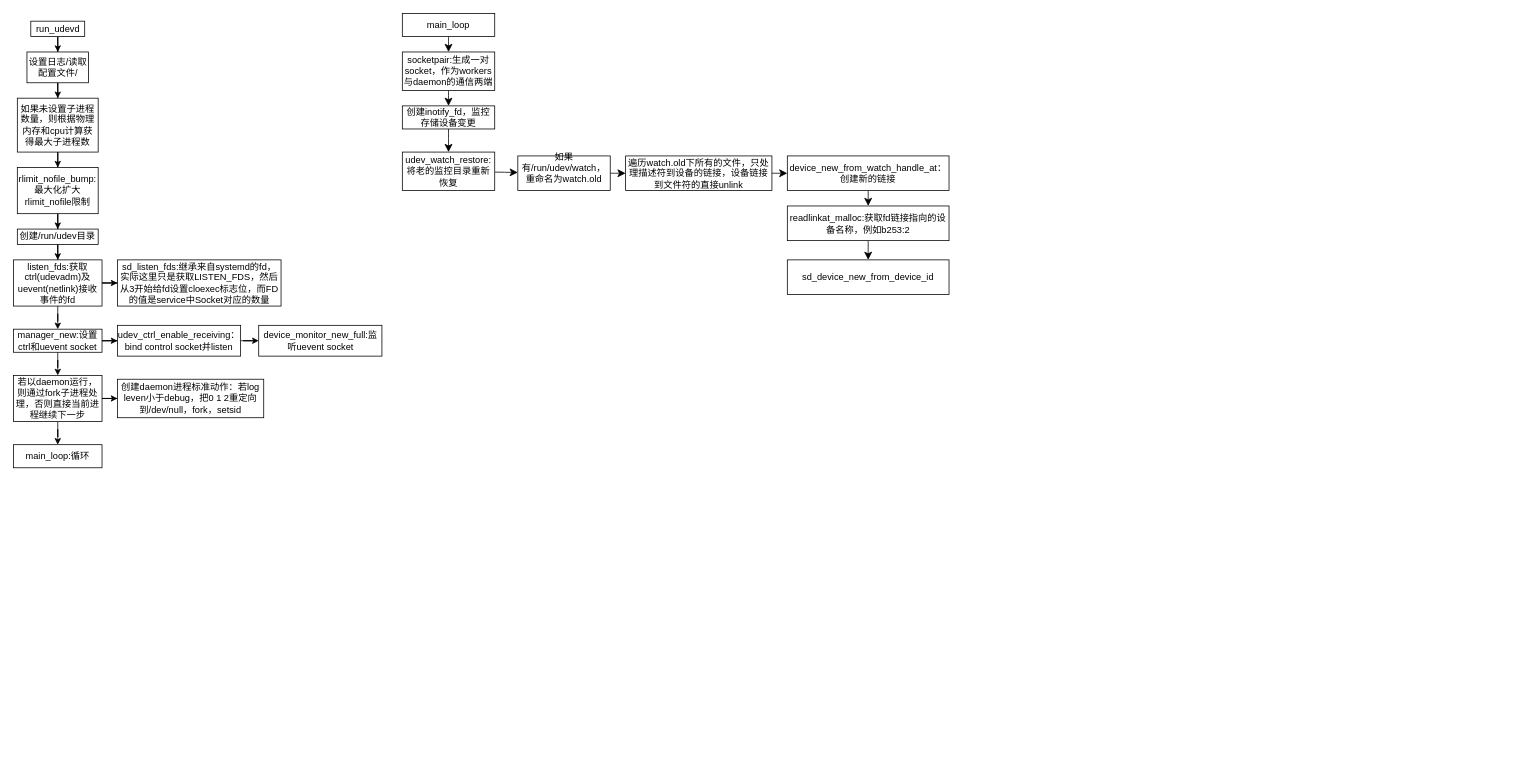
Earlier version of the draw.io diagram systemd/code_read/udevd/udevd.drawio (syyhao1994/shenyangyang.github.io). Source tidied: cells renumbered, new cells numbered last; positions are measured from the earlier drawing's top-left corner, leaving out a move shared by most shapes. Both pictures are drawn from the tidied source at 77%, with x=0, y=0 at pixel (13, 13).
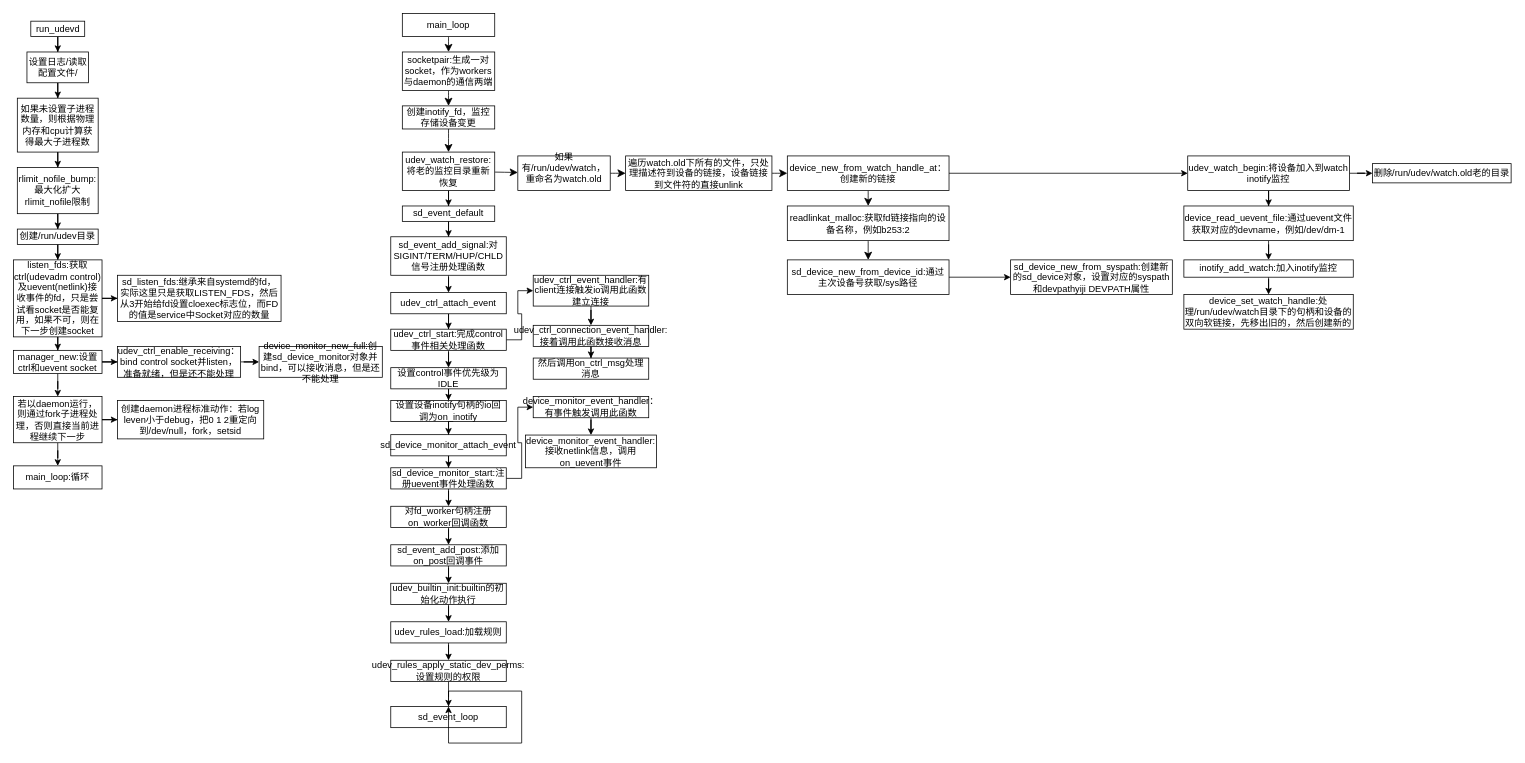
Above is the later version.

The change refers to these unchanged cells:
```xml
<mxCell id="34" value="udev_watch_restore:将老的监控目录重新恢复" style="rounded=0;whiteSpace=wrap;html=1;" parent="1" vertex="1">
  <mxGeometry x="505" y="180" width="120" height="50" as="geometry" />
</mxCell>
<mxCell id="40" value="device_new_from_watch_handle_at：创建新的链接" style="rounded=0;whiteSpace=wrap;html=1;" parent="1" vertex="1">
  <mxGeometry x="1005" y="185" width="210" height="45" as="geometry" />
</mxCell>
```

The edit, as a diff of the source:
```diff
@@
-    <mxCell id="14" value="&lt;div&gt;listen_fds:获取ctrl(udevadm)及uevent(netlink)接收事件的fd&lt;/div&gt;" style="rounded=0;whiteSpace=wrap;html=1;" parent="1" vertex="1">
-      <mxGeometry y="320" width="115" height="60" as="geometry" />
+    <mxCell id="14" value="&lt;div&gt;listen_fds:获取ctrl(udevadm control)及uevent(netlink)接收事件的fd，只是尝试看socket是否能复用，如果不可，则在下一步创建socket&lt;/div&gt;" style="rounded=0;whiteSpace=wrap;html=1;" parent="1" vertex="1">
+      <mxGeometry y="320" width="115" height="100" as="geometry" />
     </mxCell>
     <mxCell id="15" value="sd_listen_fds:继承来自systemd的fd，实际这里只是获取LISTEN_FDS，然后从3开始给fd设置cloexec标志位，而FD的值是service中Socket对应的数量" style="whiteSpace=wrap;html=1;rounded=0;" parent="1" vertex="1">
-      <mxGeometry x="135" y="320" width="212.5" height="60" as="geometry" />
+      <mxGeometry x="135" y="340" width="212.5" height="60" as="geometry" />
     </mxCell>
@@
     <mxCell id="18" value="&lt;div&gt;manager_new:设置ctrl和uevent socket&lt;/div&gt;" style="rounded=0;whiteSpace=wrap;html=1;" parent="1" vertex="1">
-      <mxGeometry y="410" width="115" height="30" as="geometry" />
+      <mxGeometry y="437.5" width="115" height="30" as="geometry" />
     </mxCell>
@@
-    <mxCell id="20" value="udev_ctrl_enable_receiving：bind control socket并listen" style="whiteSpace=wrap;html=1;rounded=0;" parent="1" vertex="1">
-      <mxGeometry x="135" y="405" width="160" height="40" as="geometry" />
+    <mxCell id="20" value="udev_ctrl_enable_receiving：bind control socket并listen，准备就绪，但是还不能处理" style="whiteSpace=wrap;html=1;rounded=0;" parent="1" vertex="1">
+      <mxGeometry x="135" y="432.5" width="160" height="40" as="geometry" />
     </mxCell>
-    <mxCell id="21" value="device_monitor_new_full:监听uevent socket" style="whiteSpace=wrap;html=1;rounded=0;" parent="1" vertex="1">
-      <mxGeometry x="318.5" y="405" width="160" height="40" as="geometry" />
+    <mxCell id="21" value="device_monitor_new_full:创建sd_device_monitor对象并bind，可以接收消息，但是还不能处理" style="whiteSpace=wrap;html=1;rounded=0;" parent="1" vertex="1">
+      <mxGeometry x="319" y="432.5" width="160" height="40" as="geometry" />
     </mxCell>
@@
     <mxCell id="24" value="&lt;div&gt;若以daemon运行，则通过fork子进程处理，否则直接当前进程继续下一步&lt;/div&gt;" style="rounded=0;whiteSpace=wrap;html=1;" parent="1" vertex="1">
-      <mxGeometry y="470" width="115" height="60" as="geometry" />
+      <mxGeometry y="497.5" width="115" height="60" as="geometry" />
     </mxCell>
     <mxCell id="25" value="&lt;div&gt;创建daemon进程标准动作：若log leven小于debug，把0 1 2重定向到/dev/null，fork，setsid&lt;/div&gt;" style="rounded=0;whiteSpace=wrap;html=1;" parent="1" vertex="1">
-      <mxGeometry x="135" y="475" width="190" height="50" as="geometry" />
+      <mxGeometry x="135" y="502.5" width="190" height="50" as="geometry" />
     </mxCell>
     <mxCell id="26" value="&lt;div&gt;main_loop:循环&lt;/div&gt;" style="rounded=0;whiteSpace=wrap;html=1;" parent="1" vertex="1">
-      <mxGeometry y="560" width="115" height="30" as="geometry" />
+      <mxGeometry y="587.5" width="115" height="30" as="geometry" />
     </mxCell>
@@
+    <mxCell id="44" style="edgeStyle=orthogonalEdgeStyle;rounded=0;jettySize=auto;html=1;" parent="1" edge="1" source="34" target="58">
+      <mxGeometry relative="1" as="geometry" />
+    </mxCell>
@@
+    <mxCell id="45" style="edgeStyle=orthogonalEdgeStyle;rounded=0;jettySize=auto;html=1;" parent="1" edge="1" source="40" target="50">
+      <mxGeometry relative="1" as="geometry" />
+    </mxCell>
@@
+    <mxCell id="46" style="edgeStyle=orthogonalEdgeStyle;rounded=0;jettySize=auto;html=1;" parent="1" edge="1" source="43" target="47">
+      <mxGeometry relative="1" as="geometry" />
+    </mxCell>
-    <mxCell id="43" value="sd_device_new_from_device_id" style="rounded=0;whiteSpace=wrap;html=1;" parent="1" vertex="1">
+    <mxCell id="43" value="sd_device_new_from_device_id:通过主次设备号获取/sys路径" style="rounded=0;whiteSpace=wrap;html=1;" parent="1" vertex="1">
       <mxGeometry x="1005" y="320" width="210" height="45" as="geometry" />
     </mxCell>
+    <mxCell id="47" value="sd_device_new_from_syspath:创建新的sd_device对象，设置对应的syspath和devpathyiji DEVPATH属性" style="rounded=0;whiteSpace=wrap;html=1;" parent="1" vertex="1">
+      <mxGeometry x="1295" y="320" width="210" height="45" as="geometry" />
+    </mxCell>
+    <mxCell id="48" style="edgeStyle=orthogonalEdgeStyle;rounded=0;jettySize=auto;html=1;" parent="1" edge="1" source="50" target="52">
+      <mxGeometry relative="1" as="geometry" />
+    </mxCell>
+    <mxCell id="49" style="edgeStyle=orthogonalEdgeStyle;rounded=0;jettySize=auto;html=1;" parent="1" edge="1" source="50" target="56">
+      <mxGeometry relative="1" as="geometry" />
+    </mxCell>
+    <mxCell id="50" value="udev_watch_begin:将设备加入到watch inotify监控" style="rounded=0;whiteSpace=wrap;html=1;" parent="1" vertex="1">
+      <mxGeometry x="1525" y="185" width="210" height="45" as="geometry" />
+    </mxCell>
+    <mxCell id="51" style="edgeStyle=orthogonalEdgeStyle;rounded=0;jettySize=auto;html=1;" parent="1" edge="1" source="52" target="54">
+      <mxGeometry relative="1" as="geometry" />
+    </mxCell>
+    <mxCell id="52" value="device_read_uevent_file:通过uevent文件获取对应的devname，例如/dev/dm-1" style="rounded=0;whiteSpace=wrap;html=1;" parent="1" vertex="1">
+      <mxGeometry x="1520" y="250" width="220" height="45" as="geometry" />
+    </mxCell>
+    <mxCell id="53" style="edgeStyle=orthogonalEdgeStyle;rounded=0;jettySize=auto;html=1;" parent="1" edge="1" source="54" target="55">
+      <mxGeometry relative="1" as="geometry" />
+    </mxCell>
+    <mxCell id="54" value="inotify_add_watch:加入inotify监控" style="rounded=0;whiteSpace=wrap;html=1;" parent="1" vertex="1">
+      <mxGeometry x="1520" y="320" width="220" height="22.5" as="geometry" />
+    </mxCell>
+    <mxCell id="55" value="device_set_watch_handle:处理/run/udev/watch目录下的句柄和设备的双向软链接，先移出旧的，然后创建新的" style="rounded=0;whiteSpace=wrap;html=1;" parent="1" vertex="1">
+      <mxGeometry x="1520" y="365" width="220" height="45" as="geometry" />
+    </mxCell>
+    <mxCell id="56" value="删除/run/udev/watch.old老的目录" style="rounded=0;whiteSpace=wrap;html=1;" parent="1" vertex="1">
+      <mxGeometry x="1765" y="195" width="180" height="25" as="geometry" />
+    </mxCell>
+    <mxCell id="57" style="edgeStyle=orthogonalEdgeStyle;rounded=0;jettySize=auto;html=1;" parent="1" edge="1" source="58" target="60">
+      <mxGeometry relative="1" as="geometry" />
+    </mxCell>
+    <mxCell id="58" value="sd_event_default" style="rounded=0;whiteSpace=wrap;html=1;" parent="1" vertex="1">
+      <mxGeometry x="505" y="250" width="120" height="20" as="geometry" />
+    </mxCell>
+    <mxCell id="59" style="edgeStyle=orthogonalEdgeStyle;rounded=0;jettySize=auto;html=1;" parent="1" edge="1" source="60" target="62">
+      <mxGeometry relative="1" as="geometry" />
+    </mxCell>
+    <mxCell id="60" value="sd_event_add_signal:对SIGINT/TERM/HUP/CHLD信号注册处理函数" style="rounded=0;whiteSpace=wrap;html=1;" parent="1" vertex="1">
+      <mxGeometry x="490" y="290" width="150" height="50" as="geometry" />
+    </mxCell>
+    <mxCell id="61" style="edgeStyle=orthogonalEdgeStyle;rounded=0;jettySize=auto;html=1;" parent="1" edge="1" source="62" target="65">
+      <mxGeometry relative="1" as="geometry" />
+    </mxCell>
+    <mxCell id="62" value="udev_ctrl_attach_event" style="rounded=0;whiteSpace=wrap;html=1;" parent="1" vertex="1">
+      <mxGeometry x="490" y="362.5" width="150" height="27.5" as="geometry" />
+    </mxCell>
+    <mxCell id="63" style="edgeStyle=orthogonalEdgeStyle;rounded=0;jettySize=auto;html=1;entryX=0;entryY=0.5;entryDx=0;entryDy=0;" parent="1" edge="1" source="65" target="67">
+      <mxGeometry relative="1" as="geometry" />
+    </mxCell>
+    <mxCell id="64" style="edgeStyle=orthogonalEdgeStyle;rounded=0;jettySize=auto;html=1;" parent="1" edge="1" source="65" target="72">
+      <mxGeometry relative="1" as="geometry" />
+    </mxCell>
+    <mxCell id="65" value="udev_ctrl_start:完成control事件相关处理函数" style="rounded=0;whiteSpace=wrap;html=1;" parent="1" vertex="1">
+      <mxGeometry x="490" y="410" width="150" height="27.5" as="geometry" />
+    </mxCell>
+    <mxCell id="66" style="edgeStyle=orthogonalEdgeStyle;rounded=0;jettySize=auto;html=1;" parent="1" edge="1" source="67" target="69">
+      <mxGeometry relative="1" as="geometry" />
+    </mxCell>
+    <mxCell id="67" value="udev_ctrl_event_handler:有client连接触发io调用此函数建立连接" style="rounded=0;whiteSpace=wrap;html=1;" parent="1" vertex="1">
+      <mxGeometry x="675" y="340" width="150" height="40" as="geometry" />
+    </mxCell>
+    <mxCell id="68" style="edgeStyle=orthogonalEdgeStyle;rounded=0;jettySize=auto;html=1;" parent="1" edge="1" source="69" target="70">
+      <mxGeometry relative="1" as="geometry" />
+    </mxCell>
+    <mxCell id="69" value="udev_ctrl_connection_event_handler:接着调用此函数接收消息" style="rounded=0;whiteSpace=wrap;html=1;" parent="1" vertex="1">
+      <mxGeometry x="675" y="405" width="150" height="27.5" as="geometry" />
+    </mxCell>
+    <mxCell id="70" value="然后调用on_ctrl_msg处理消息" style="rounded=0;whiteSpace=wrap;html=1;" parent="1" vertex="1">
+      <mxGeometry x="675" y="447.5" width="150" height="27.5" as="geometry" />
+    </mxCell>
+    <mxCell id="71" style="edgeStyle=orthogonalEdgeStyle;rounded=0;jettySize=auto;html=1;" parent="1" edge="1" source="72" target="74">
+      <mxGeometry relative="1" as="geometry" />
+    </mxCell>
+    <mxCell id="72" value="设置control事件优先级为IDLE" style="rounded=0;whiteSpace=wrap;html=1;" parent="1" vertex="1">
+      <mxGeometry x="490" y="460" width="150" height="27.5" as="geometry" />
+    </mxCell>
+    <mxCell id="73" style="edgeStyle=orthogonalEdgeStyle;rounded=0;jettySize=auto;html=1;" parent="1" edge="1" source="74" target="76">
+      <mxGeometry relative="1" as="geometry" />
+    </mxCell>
+    <mxCell id="74" value="设置设备inotify句柄的io回调为on_inotify" style="rounded=0;whiteSpace=wrap;html=1;" parent="1" vertex="1">
+      <mxGeometry x="490" y="502.5" width="150" height="27.5" as="geometry" />
+    </mxCell>
+    <mxCell id="75" style="edgeStyle=orthogonalEdgeStyle;rounded=0;jettySize=auto;html=1;" parent="1" edge="1" source="76" target="79">
+      <mxGeometry relative="1" as="geometry" />
+    </mxCell>
+    <mxCell id="76" value="sd_device_monitor_attach_event" style="rounded=0;whiteSpace=wrap;html=1;" parent="1" vertex="1">
+      <mxGeometry x="490" y="547" width="150" height="27.5" as="geometry" />
+    </mxCell>
+    <mxCell id="77" style="edgeStyle=orthogonalEdgeStyle;rounded=0;jettySize=auto;html=1;entryX=0;entryY=0.5;entryDx=0;entryDy=0;" parent="1" edge="1" source="79" target="81">
+      <mxGeometry relative="1" as="geometry" />
+    </mxCell>
+    <mxCell id="78" style="edgeStyle=orthogonalEdgeStyle;rounded=0;jettySize=auto;html=1;" parent="1" edge="1" source="79" target="84">
+      <mxGeometry relative="1" as="geometry" />
+    </mxCell>
+    <mxCell id="79" value="sd_device_monitor_start:注册uevent事件处理函数" style="rounded=0;whiteSpace=wrap;html=1;" parent="1" vertex="1">
+      <mxGeometry x="490" y="590" width="150" height="27.5" as="geometry" />
+    </mxCell>
+    <mxCell id="80" style="edgeStyle=orthogonalEdgeStyle;rounded=0;jettySize=auto;html=1;" parent="1" edge="1" source="81" target="82">
+      <mxGeometry relative="1" as="geometry" />
+    </mxCell>
+    <mxCell id="81" value="device_monitor_event_handler：有事件触发调用此函数" style="rounded=0;whiteSpace=wrap;html=1;" parent="1" vertex="1">
+      <mxGeometry x="675" y="497.5" width="150" height="27.5" as="geometry" />
+    </mxCell>
+    <mxCell id="82" value="device_monitor_event_handler:接收netlink信息，调用on_uevent事件" style="rounded=0;whiteSpace=wrap;html=1;" parent="1" vertex="1">
+      <mxGeometry x="665" y="547.5" width="170" height="42.5" as="geometry" />
+    </mxCell>
+    <mxCell id="83" style="edgeStyle=orthogonalEdgeStyle;rounded=0;jettySize=auto;html=1;" parent="1" edge="1" source="84" target="86">
+      <mxGeometry relative="1" as="geometry" />
+    </mxCell>
+    <mxCell id="84" value="对fd_worker句柄注册on_worker回调函数" style="rounded=0;whiteSpace=wrap;html=1;" parent="1" vertex="1">
+      <mxGeometry x="490" y="640" width="150" height="27.5" as="geometry" />
+    </mxCell>
+    <mxCell id="85" style="edgeStyle=orthogonalEdgeStyle;rounded=0;jettySize=auto;html=1;" parent="1" edge="1" source="86" target="88">
+      <mxGeometry relative="1" as="geometry" />
+    </mxCell>
+    <mxCell id="86" value="sd_event_add_post:添加on_post回调事件" style="rounded=0;whiteSpace=wrap;html=1;" parent="1" vertex="1">
+      <mxGeometry x="490" y="690" width="150" height="27.5" as="geometry" />
+    </mxCell>
+    <mxCell id="87" style="edgeStyle=orthogonalEdgeStyle;rounded=0;jettySize=auto;html=1;" parent="1" edge="1" source="88" target="90">
+      <mxGeometry relative="1" as="geometry" />
+    </mxCell>
+    <mxCell id="88" value="udev_builtin_init:builtin的初始化动作执行" style="rounded=0;whiteSpace=wrap;html=1;" parent="1" vertex="1">
+      <mxGeometry x="490" y="740" width="150" height="27.5" as="geometry" />
+    </mxCell>
+    <mxCell id="89" style="edgeStyle=orthogonalEdgeStyle;rounded=0;jettySize=auto;html=1;" parent="1" edge="1" source="90" target="92">
+      <mxGeometry relative="1" as="geometry" />
+    </mxCell>
+    <mxCell id="90" value="udev_rules_load:加载规则" style="rounded=0;whiteSpace=wrap;html=1;" parent="1" vertex="1">
+      <mxGeometry x="490" y="790" width="150" height="27.5" as="geometry" />
+    </mxCell>
+    <mxCell id="91" style="edgeStyle=orthogonalEdgeStyle;rounded=0;jettySize=auto;html=1;" parent="1" edge="1" source="92" target="93">
+      <mxGeometry relative="1" as="geometry" />
+    </mxCell>
+    <mxCell id="92" value="udev_rules_apply_static_dev_perms:设置规则的权限" style="rounded=0;whiteSpace=wrap;html=1;" parent="1" vertex="1">
+      <mxGeometry x="490" y="840" width="150" height="27.5" as="geometry" />
+    </mxCell>
+    <mxCell id="93" value="sd_event_loop" style="rounded=0;whiteSpace=wrap;html=1;" parent="1" vertex="1">
+      <mxGeometry x="490" y="900" width="150" height="27.5" as="geometry" />
+    </mxCell>
+    <mxCell id="94" style="edgeStyle=orthogonalEdgeStyle;rounded=0;orthogonalLoop=1;jettySize=auto;html=1;entryX=0.5;entryY=0;entryDx=0;entryDy=0;" parent="1" edge="1" source="93" target="93">
+      <mxGeometry relative="1" as="geometry" />
+    </mxCell>
```
